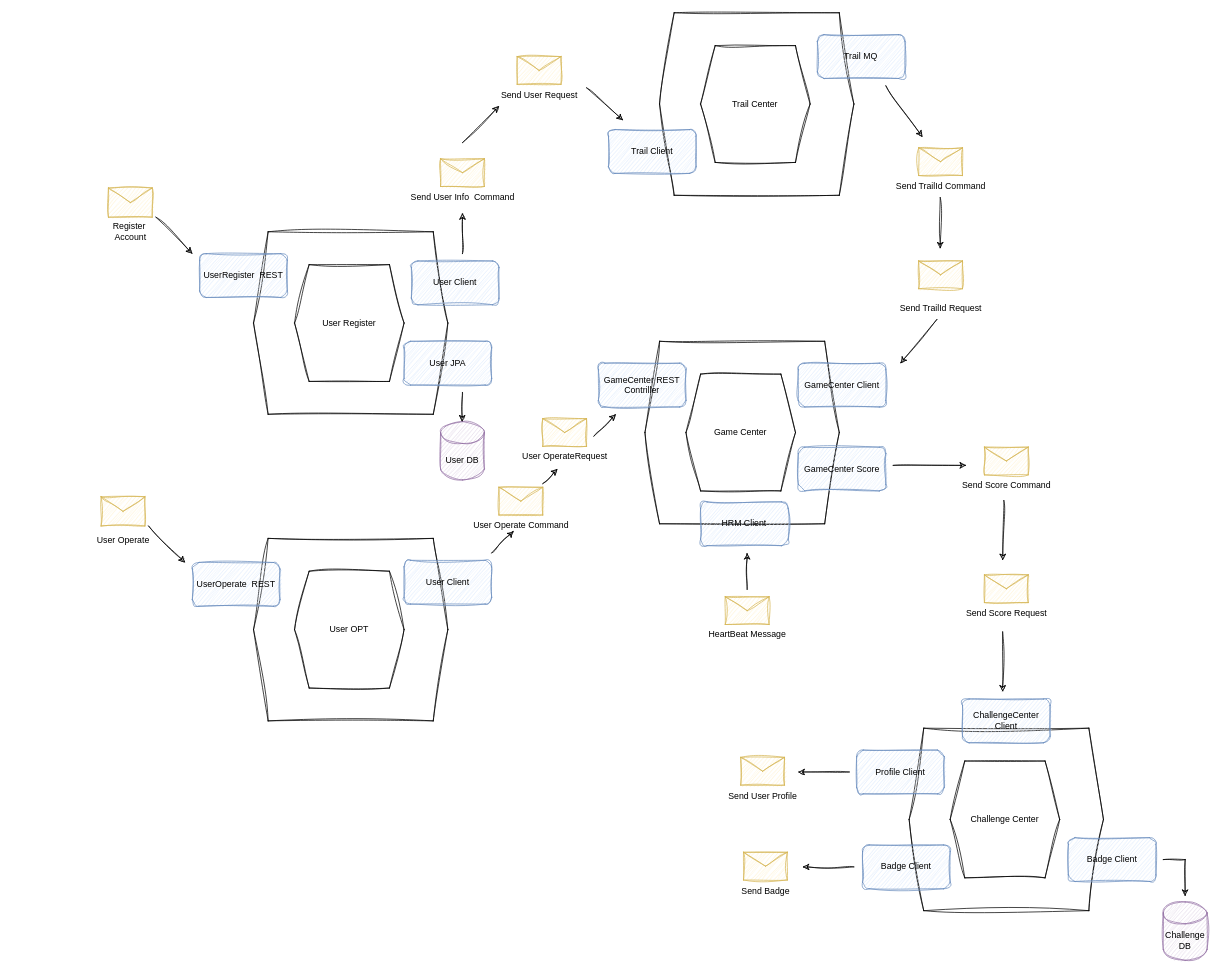
This is page "第 3 页" (3 of 3) of 735.drawio from CAS735-F23/macrun-yi_xiaoran_xue, a draw.io file, before an edit. Source tidied: cells renumbered, new cells numbered last; positions are measured from the earlier drawing's top-left corner, leaving out a move shared by most shapes. Both pictures are drawn from the tidied source at 73%, with x=0, y=0 at pixel (86, 12).
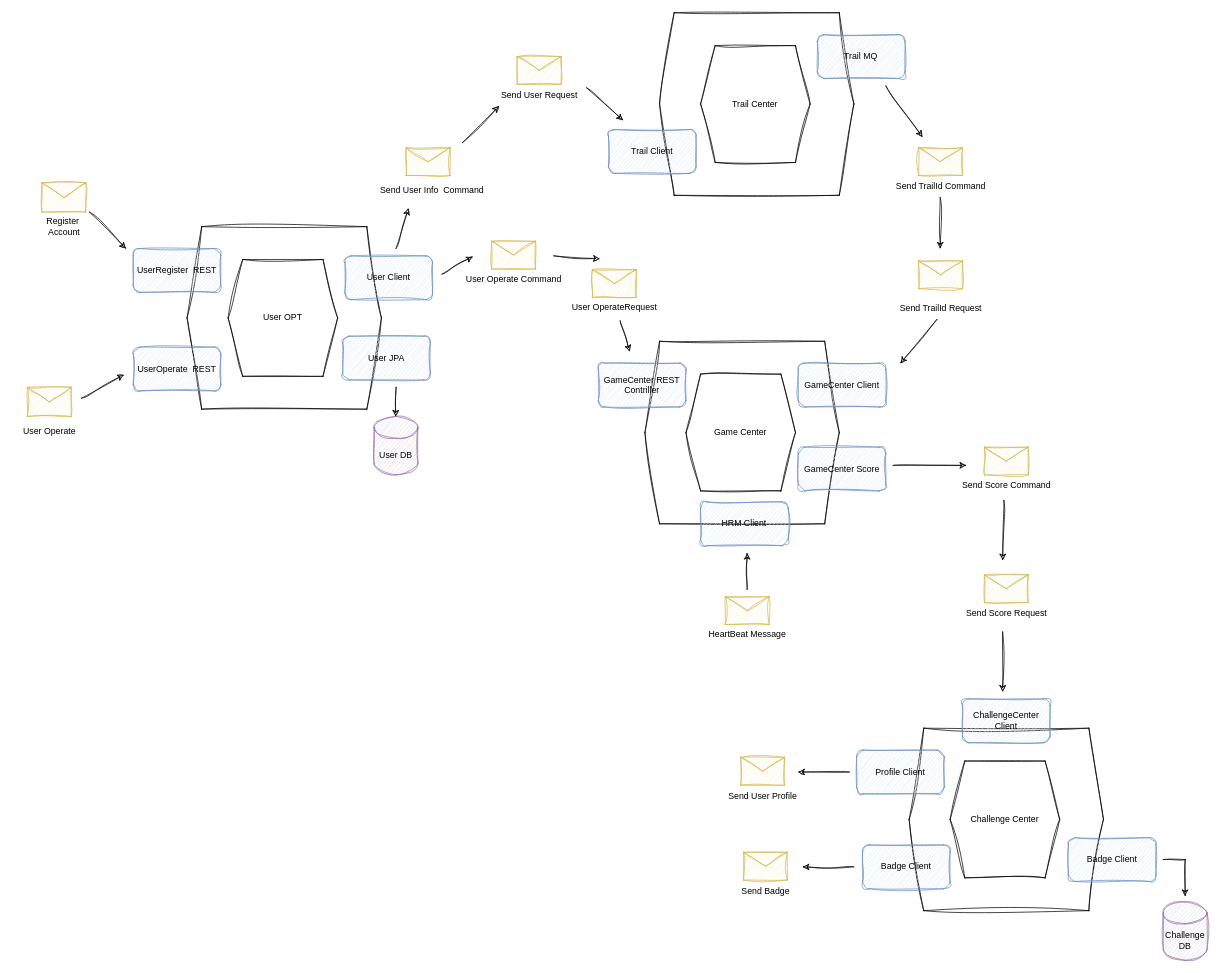
The same page after the edit.

Change to the diagram source:
```diff
@@
     <mxCell id="2" style="shape=hexagon;perimeter=hexagonPerimeter2;whiteSpace=wrap;html=1;fixedSize=1;fillColor=none;sketch=1;curveFitting=1;jiggle=2;" parent="1" vertex="1">
-      <mxGeometry x="228.8" y="300" width="266.2" height="250" as="geometry" />
+      <mxGeometry x="137.8" y="293" width="266.2" height="250" as="geometry" />
     </mxCell>
-    <mxCell id="3" value="User Register" style="shape=hexagon;perimeter=hexagonPerimeter2;whiteSpace=wrap;html=1;fixedSize=1;fillColor=none;sketch=1;curveFitting=1;jiggle=2;" parent="1" vertex="1">
-      <mxGeometry x="285" y="345" width="150" height="160" as="geometry" />
+    <mxCell id="3" value="User OPT" style="shape=hexagon;perimeter=hexagonPerimeter2;whiteSpace=wrap;html=1;fixedSize=1;fillColor=none;sketch=1;curveFitting=1;jiggle=2;" parent="1" vertex="1">
+      <mxGeometry x="194" y="338" width="150" height="160" as="geometry" />
     </mxCell>
     <mxCell id="4" value="UserRegister&amp;nbsp; REST" style="rounded=1;whiteSpace=wrap;html=1;fillColor=#dae8fc;sketch=1;curveFitting=1;jiggle=2;strokeColor=#6c8ebf;" parent="1" vertex="1">
-      <mxGeometry x="155" y="330" width="120" height="60" as="geometry" />
+      <mxGeometry x="64" y="323" width="120" height="60" as="geometry" />
     </mxCell>
@@
     <mxCell id="7" style="shape=message;html=1;html=1;labelPosition=center;verticalLabelPosition=bottom;align=center;verticalAlign=top;sketch=1;curveFitting=1;jiggle=2;fillColor=#fff2cc;strokeColor=#d6b656;" parent="1" vertex="1">
-      <mxGeometry x="30" y="240" width="60" height="40" as="geometry" />
+      <mxGeometry x="-61" y="233" width="60" height="40" as="geometry" />
     </mxCell>
     <mxCell id="8" value="Register&amp;nbsp;&lt;br&gt;Account" style="text;html=1;align=center;verticalAlign=middle;strokeColor=none;fillColor=none;sketch=1;curveFitting=1;jiggle=2;" parent="1" vertex="1">
-      <mxGeometry x="25" y="280" width="70" height="40" as="geometry" />
+      <mxGeometry x="-66" y="273" width="70" height="40" as="geometry" />
     </mxCell>
     <mxCell id="9" style="endArrow=classic;html=1;rounded=0;sketch=1;curveFitting=1;jiggle=2;" parent="1" edge="1">
       <mxGeometry relative="1" as="geometry">
-        <mxPoint x="95" y="280" as="sourcePoint" />
-        <mxPoint x="145" y="330" as="targetPoint" />
+        <mxPoint x="4" y="273" as="sourcePoint" />
+        <mxPoint x="54" y="323" as="targetPoint" />
       </mxGeometry>
     </mxCell>
     <mxCell id="10" value="User Client" style="rounded=1;whiteSpace=wrap;html=1;fillColor=#dae8fc;sketch=1;curveFitting=1;jiggle=2;strokeColor=#6c8ebf;" parent="1" vertex="1">
-      <mxGeometry x="445" y="340" width="120" height="60" as="geometry" />
+      <mxGeometry x="354" y="333" width="120" height="60" as="geometry" />
     </mxCell>
     <mxCell id="11" style="shape=message;html=1;html=1;labelPosition=center;verticalLabelPosition=bottom;align=center;verticalAlign=top;sketch=1;curveFitting=1;jiggle=2;fillColor=#fff2cc;strokeColor=#d6b656;" parent="1" vertex="1">
-      <mxGeometry x="485" y="200" width="60" height="38" as="geometry" />
+      <mxGeometry x="438" y="185" width="60" height="38" as="geometry" />
     </mxCell>
     <mxCell id="12" value="Send User Info&amp;nbsp; Command" style="text;html=1;align=center;verticalAlign=middle;points=[];strokeColor=none;fillColor=none;sketch=1;curveFitting=1;jiggle=2;" parent="1" vertex="1">
-      <mxGeometry x="430" y="238" width="170" height="30" as="geometry" />
+      <mxGeometry x="388" y="228" width="170" height="30" as="geometry" />
     </mxCell>
-    <mxCell id="13" style="endArrow=classic;html=1;rounded=0;entryX=0.5;entryY=1.217;entryDx=0;entryDy=0;entryPerimeter=0;sketch=1;curveFitting=1;jiggle=2;" parent="1" edge="1" target="12">
+    <mxCell id="13" style="endArrow=classic;html=1;rounded=0;sketch=1;curveFitting=1;jiggle=2;" parent="1" edge="1">
       <mxGeometry relative="1" as="geometry">
-        <mxPoint x="515" y="330" as="sourcePoint" />
+        <mxPoint x="424" y="323" as="sourcePoint" />
+        <mxPoint x="441" y="268" as="targetPoint" />
       </mxGeometry>
     </mxCell>
@@
-    <mxCell id="49" style="shape=hexagon;perimeter=hexagonPerimeter2;whiteSpace=wrap;html=1;fixedSize=1;fillColor=none;sketch=1;curveFitting=1;jiggle=2;" parent="1" vertex="1">
-      <mxGeometry x="228.8" y="720" width="266.2" height="250" as="geometry" />
-    </mxCell>
-    <mxCell id="50" value="User OPT" style="shape=hexagon;perimeter=hexagonPerimeter2;whiteSpace=wrap;html=1;fixedSize=1;fillColor=none;sketch=1;curveFitting=1;jiggle=2;" parent="1" vertex="1">
-      <mxGeometry x="285" y="765" width="150" height="160" as="geometry" />
-    </mxCell>
-    <mxCell id="51" value="User Client" style="rounded=1;whiteSpace=wrap;html=1;fillColor=#dae8fc;sketch=1;curveFitting=1;jiggle=2;strokeColor=#6c8ebf;" parent="1" vertex="1">
-      <mxGeometry x="435" y="750" width="120" height="60" as="geometry" />
-    </mxCell>
@@
     <mxCell id="53" value="User Operate Command" style="shape=message;html=1;html=1;labelPosition=center;verticalLabelPosition=bottom;align=center;verticalAlign=top;sketch=1;curveFitting=1;jiggle=2;fillColor=#fff2cc;strokeColor=#d6b656;" parent="1" vertex="1">
-      <mxGeometry x="565" y="650" width="60" height="38" as="geometry" />
+      <mxGeometry x="555" y="313" width="60" height="38" as="geometry" />
     </mxCell>
     <mxCell id="54" value="User OperateRequest" style="shape=message;html=1;html=1;labelPosition=center;verticalLabelPosition=bottom;align=center;verticalAlign=top;sketch=1;curveFitting=1;jiggle=2;fillColor=#fff2cc;strokeColor=#d6b656;" parent="1" vertex="1">
-      <mxGeometry x="625" y="556" width="60" height="38" as="geometry" />
+      <mxGeometry x="693" y="352" width="60" height="38" as="geometry" />
     </mxCell>
     <mxCell id="55" style="endArrow=classic;html=1;rounded=0;sketch=1;curveFitting=1;jiggle=2;" parent="1" edge="1">
       <mxGeometry relative="1" as="geometry">
-        <mxPoint x="555" y="740" as="sourcePoint" />
-        <mxPoint x="585" y="710" as="targetPoint" />
+        <mxPoint x="487" y="358" as="sourcePoint" />
+        <mxPoint x="529" y="334" as="targetPoint" />
       </mxGeometry>
     </mxCell>
     <mxCell id="56" style="endArrow=classic;html=1;rounded=0;sketch=1;curveFitting=1;jiggle=2;" parent="1" edge="1">
       <mxGeometry relative="1" as="geometry">
-        <mxPoint x="625" y="645" as="sourcePoint" />
-        <mxPoint x="645" y="625" as="targetPoint" />
+        <mxPoint x="640" y="333" as="sourcePoint" />
+        <mxPoint x="703" y="337" as="targetPoint" />
       </mxGeometry>
     </mxCell>
     <mxCell id="57" style="endArrow=classic;html=1;rounded=0;sketch=1;curveFitting=1;jiggle=2;" parent="1" edge="1">
       <mxGeometry relative="1" as="geometry">
-        <mxPoint x="695" y="580" as="sourcePoint" />
-        <mxPoint x="725" y="550" as="targetPoint" />
+        <mxPoint x="731" y="422" as="sourcePoint" />
+        <mxPoint x="744" y="464" as="targetPoint" />
       </mxGeometry>
     </mxCell>
@@
     <mxCell id="61" value="User JPA" style="rounded=1;whiteSpace=wrap;html=1;fillColor=#dae8fc;sketch=1;curveFitting=1;jiggle=2;strokeColor=#6c8ebf;" parent="1" vertex="1">
-      <mxGeometry x="435" y="450" width="120" height="60" as="geometry" />
+      <mxGeometry x="351" y="443" width="120" height="60" as="geometry" />
     </mxCell>
     <mxCell id="62" value="User DB" style="shape=cylinder3;whiteSpace=wrap;html=1;boundedLbl=1;backgroundOutline=1;size=15;fillColor=#e1d5e7;strokeColor=#9673a6;fillStyle=hatch;sketch=1;curveFitting=1;jiggle=2;" parent="1" vertex="1">
-      <mxGeometry x="485" y="560" width="60" height="80" as="geometry" />
+      <mxGeometry x="394" y="553" width="60" height="80" as="geometry" />
     </mxCell>
     <mxCell id="63" style="endArrow=classic;html=1;rounded=0;sketch=1;curveFitting=1;jiggle=2;" parent="1" edge="1">
       <mxGeometry relative="1" as="geometry">
-        <mxPoint x="515" y="520" as="sourcePoint" />
-        <mxPoint x="514.5" y="560" as="targetPoint" />
+        <mxPoint x="424" y="513" as="sourcePoint" />
+        <mxPoint x="423.5" y="553" as="targetPoint" />
       </mxGeometry>
     </mxCell>
@@
     <mxCell id="67" value="UserOperate&amp;nbsp; REST" style="rounded=1;whiteSpace=wrap;html=1;fillColor=#dae8fc;sketch=1;curveFitting=1;jiggle=2;strokeColor=#6c8ebf;" parent="1" vertex="1">
-      <mxGeometry x="145" y="753" width="120" height="60" as="geometry" />
+      <mxGeometry x="64" y="458" width="120" height="60" as="geometry" />
     </mxCell>
     <mxCell id="68" style="shape=message;html=1;html=1;labelPosition=center;verticalLabelPosition=bottom;align=center;verticalAlign=top;sketch=1;curveFitting=1;jiggle=2;fillColor=#fff2cc;strokeColor=#d6b656;" parent="1" vertex="1">
-      <mxGeometry x="20" y="663" width="60" height="40" as="geometry" />
+      <mxGeometry x="-81" y="513" width="60" height="40" as="geometry" />
     </mxCell>
     <mxCell id="69" value="User Operate" style="text;html=1;align=center;verticalAlign=middle;strokeColor=none;fillColor=none;sketch=1;curveFitting=1;jiggle=2;" parent="1" vertex="1">
-      <mxGeometry y="708" width="100" height="30" as="geometry" />
+      <mxGeometry x="-101" y="558" width="100" height="30" as="geometry" />
     </mxCell>
     <mxCell id="70" style="endArrow=classic;html=1;rounded=0;sketch=1;curveFitting=1;jiggle=2;" parent="1" edge="1">
       <mxGeometry relative="1" as="geometry">
-        <mxPoint x="85" y="703" as="sourcePoint" />
-        <mxPoint x="135" y="753" as="targetPoint" />
+        <mxPoint x="-7" y="528" as="sourcePoint" />
+        <mxPoint x="51" y="496" as="targetPoint" />
       </mxGeometry>
     </mxCell>
```
